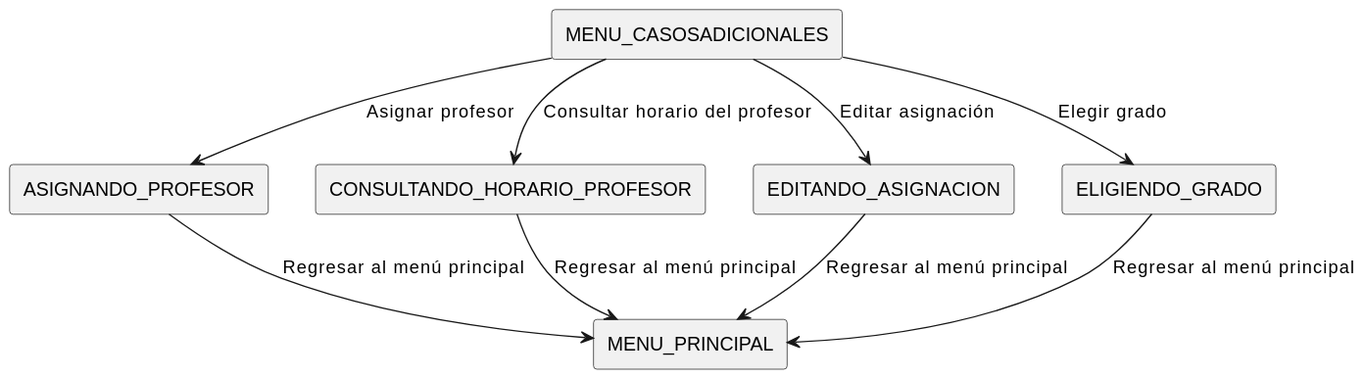
mmasias/24-25-IdSw1-SDR keeps this PlantUML diagram as casosDeUso/diagramaDeContexto/imagenes/DiagramaMenuCasosAdicionales.svg. Above is the earlier version.
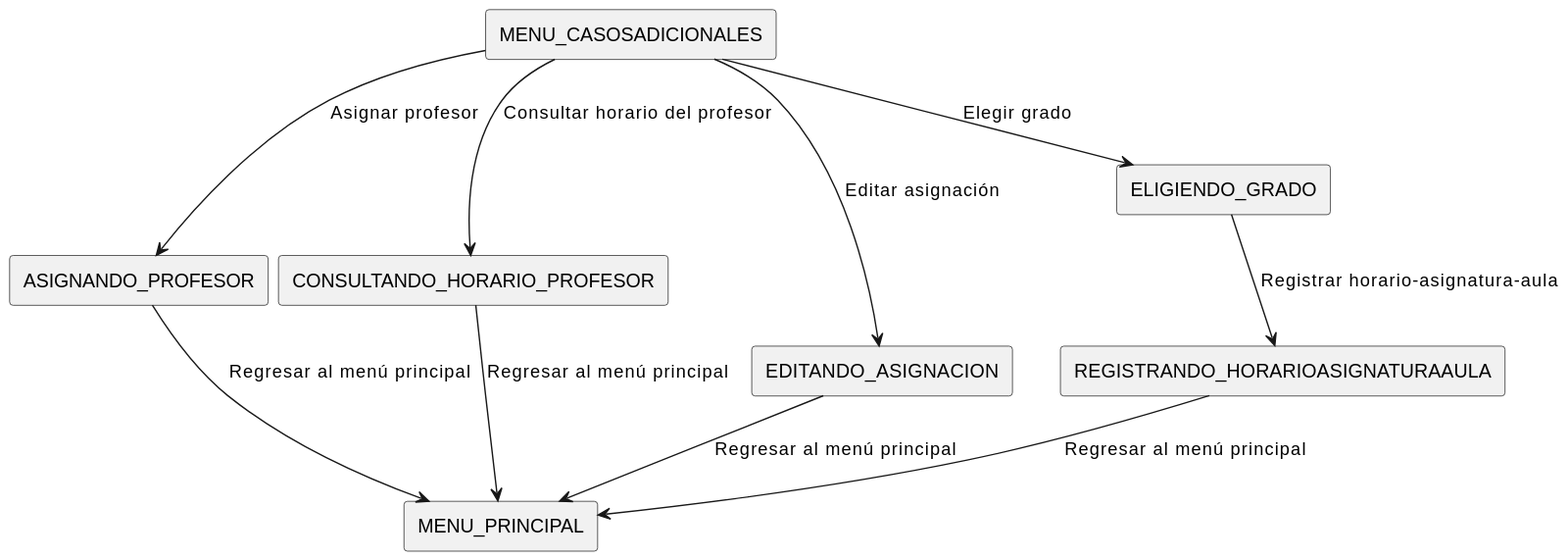
Above is the later version.

Commit message:
cambios casos de uso

Change to the diagram source:
```diff
@@ -6,6 +6,7 @@
 RECTANGLE(CONSULTANDO_HORARIO_PROFESOR)
 RECTANGLE(EDITANDO_ASIGNACION)
 RECTANGLE(ELIGIENDO_GRADO)
+RECTANGLE(REGISTRANDO_HORARIOASIGNATURAAULA)
 RECTANGLE(MENU_PRINCIPAL)
 
 MENU_CASOSADICIONALES --> ASIGNANDO_PROFESOR : Asignar profesor
@@ -18,5 +19,6 @@
 EDITANDO_ASIGNACION --> MENU_PRINCIPAL : Regresar al menú principal
 
 MENU_CASOSADICIONALES --> ELIGIENDO_GRADO : Elegir grado
-ELIGIENDO_GRADO --> MENU_PRINCIPAL : Regresar al menú principal
+ELIGIENDO_GRADO --> REGISTRANDO_HORARIOASIGNATURAAULA : Registrar horario-asignatura-aula
+REGISTRANDO_HORARIOASIGNATURAAULA --> MENU_PRINCIPAL : Regresar al menú principal
 @enduml
```
